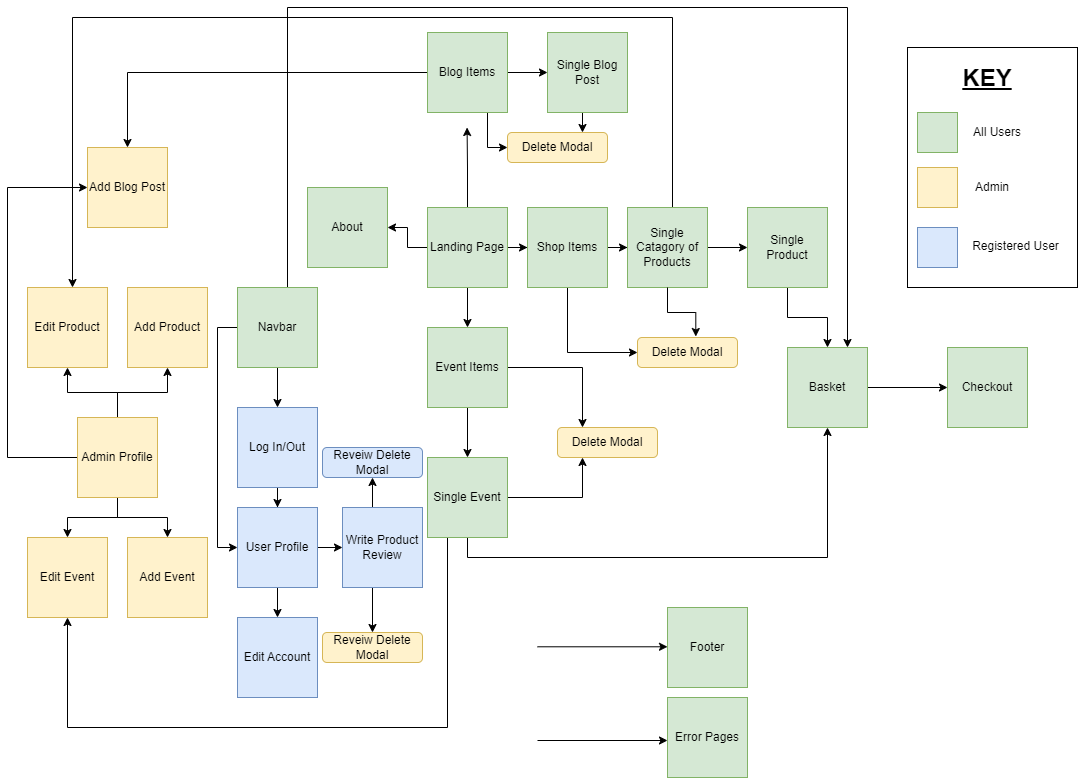
kosamad/the-meadow-project keeps this draw.io diagram as documentation/design/site-flow-chart.drawio.png. Above is the earlier version. Source tidied: cells renumbered, new cells last; positions are measured from the earlier drawing's top-left corner, leaving out a move shared by most shapes.
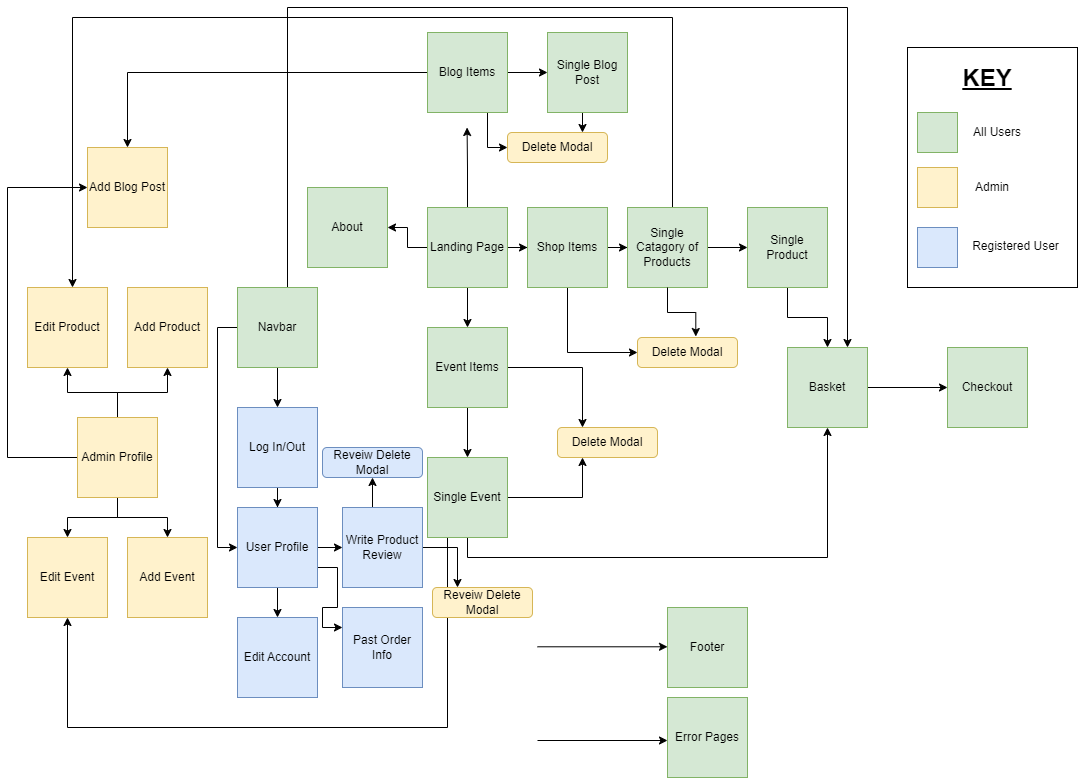
The same diagram one commit later.

What changed in the source:
```diff
@@ -96,13 +96,8 @@
         </Array>
       </mxGeometry>
     </mxCell>
-    <mxCell id="27" style="edgeStyle=orthogonalEdgeStyle;rounded=0;jettySize=auto;html=1;entryX=0.5;entryY=0;entryDx=0;entryDy=0;" parent="1" edge="1" source="28" target="63">
-      <mxGeometry relative="1" as="geometry">
-        <Array as="points">
-          <mxPoint x="365" y="620" />
-          <mxPoint x="365" y="620" />
-        </Array>
-      </mxGeometry>
+    <mxCell id="27" style="edgeStyle=orthogonalEdgeStyle;rounded=0;jettySize=auto;html=1;entryX=0.25;entryY=0;entryDx=0;entryDy=0;" parent="1" edge="1" source="28" target="63">
+      <mxGeometry relative="1" as="geometry" />
     </mxCell>
     <mxCell id="28" value="Write Product Review" style="whiteSpace=wrap;html=1;fillColor=#dae8fc;strokeColor=#6c8ebf;" parent="1" vertex="1">
       <mxGeometry x="335" y="500" width="80" height="80" as="geometry" />
@@ -164,6 +159,9 @@
     <mxCell id="45" style="edgeStyle=orthogonalEdgeStyle;rounded=0;jettySize=auto;html=1;entryX=0;entryY=0.5;entryDx=0;entryDy=0;" parent="1" edge="1" source="46" target="28">
       <mxGeometry relative="1" as="geometry" />
     </mxCell>
+    <mxCell id="74" style="edgeStyle=orthogonalEdgeStyle;rounded=0;jettySize=auto;html=1;exitX=1;exitY=0.75;exitDx=0;exitDy=0;entryX=0;entryY=0.25;entryDx=0;entryDy=0;" parent="1" edge="1" source="46" target="75">
+      <mxGeometry relative="1" as="geometry" />
+    </mxCell>
     <mxCell id="46" value="User Profile" style="whiteSpace=wrap;html=1;fillColor=#dae8fc;strokeColor=#6c8ebf;" parent="1" vertex="1">
       <mxGeometry x="230" y="500" width="80" height="80" as="geometry" />
     </mxCell>
@@ -227,7 +225,7 @@
       </mxGeometry>
     </mxCell>
     <mxCell id="63" value="Reveiw Delete Modal" style="rounded=1;whiteSpace=wrap;html=1;fillColor=#fff2cc;strokeColor=#d6b656;" parent="1" vertex="1">
-      <mxGeometry x="315" y="625" width="100" height="30" as="geometry" />
+      <mxGeometry x="425" y="580" width="100" height="30" as="geometry" />
     </mxCell>
     <mxCell id="64" value="Reveiw Delete Modal" style="rounded=1;whiteSpace=wrap;html=1;fillColor=#dae8fc;strokeColor=#6c8ebf;" parent="1" vertex="1">
       <mxGeometry x="315" y="440" width="100" height="30" as="geometry" />
@@ -259,5 +257,8 @@
     <mxCell id="73" value="Registered User" style="text;html=1;align=center;verticalAlign=middle;whiteSpace=wrap;rounded=0;" parent="1" vertex="1">
       <mxGeometry x="957" y="224" width="103" height="30" as="geometry" />
     </mxCell>
+    <mxCell id="75" value="Past Order Info" style="whiteSpace=wrap;html=1;fillColor=#dae8fc;strokeColor=#6c8ebf;" parent="1" vertex="1">
+      <mxGeometry x="335" y="600" width="80" height="80" as="geometry" />
+    </mxCell>
   </root>
 </mxGraphModel>
```
